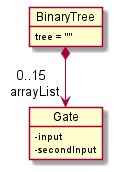
The PlantUML diagram docs/diagrams/BinaryTreeInitialObjectDiagram.png in sevenseasofbri/tp, before a commit.
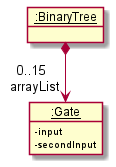
Later version of the same file.

The edit, as a diff of the source:
```diff
@@ -1,10 +1,9 @@
 @startuml
 !include style.puml
 
-object BinaryTree
-BinaryTree : tree = ""
+object "__:BinaryTree__" as BinaryTree
 
-object Gate
+object "__:Gate__" as Gate
 Gate : - input
 Gate : - secondInput
 
```
